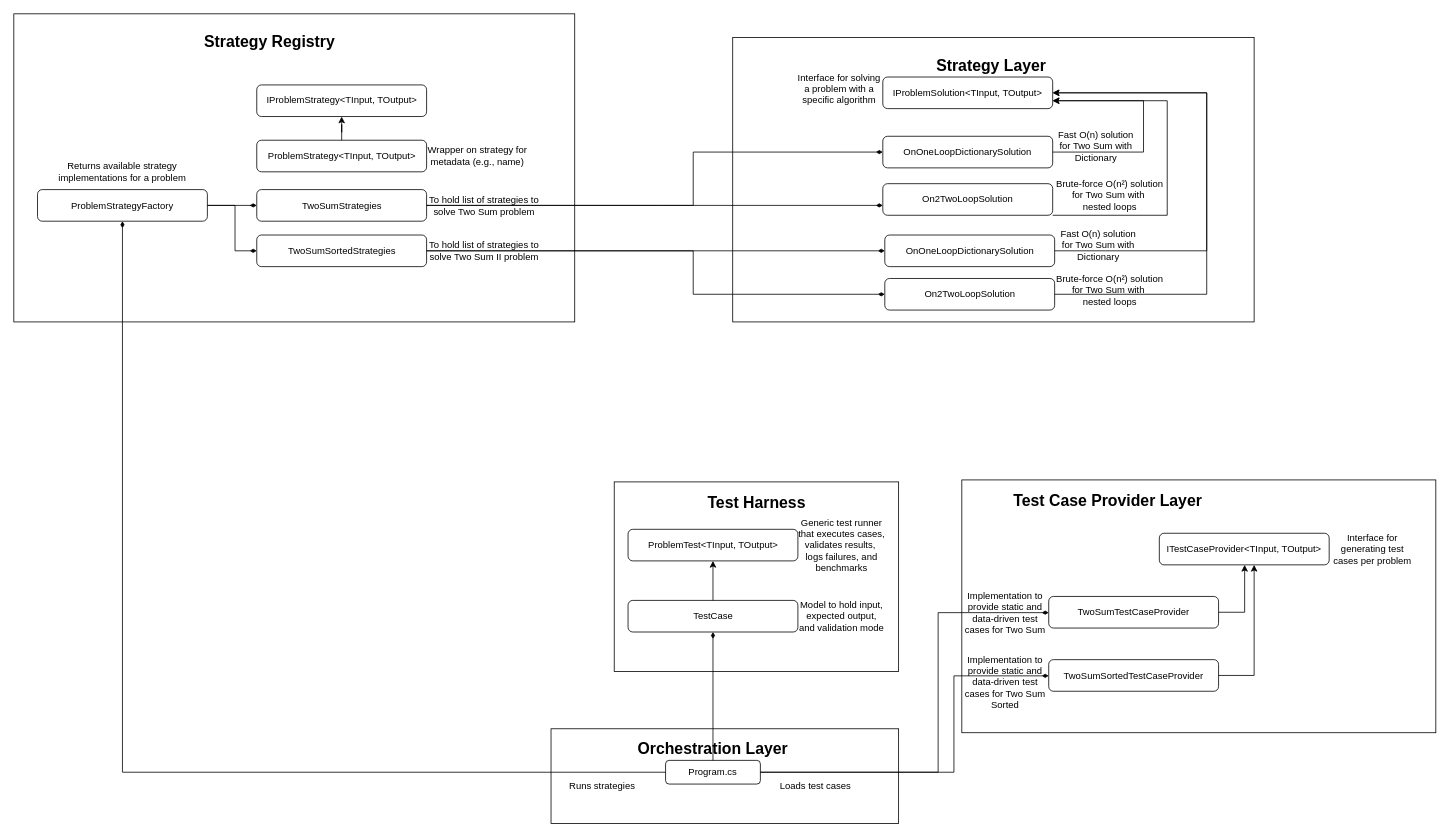
Earlier version of the draw.io diagram Leetcode/Documentation/Leetcode-mini-testing-framework.drawio (abhimanyu-builds/Leetcode). Source tidied: cells renumbered, new cells numbered last; positions are measured from the earlier drawing's top-left corner, leaving out a move shared by most shapes. Both pictures are drawn from the tidied source at 79%, with x=0, y=0 at pixel (13, 13).
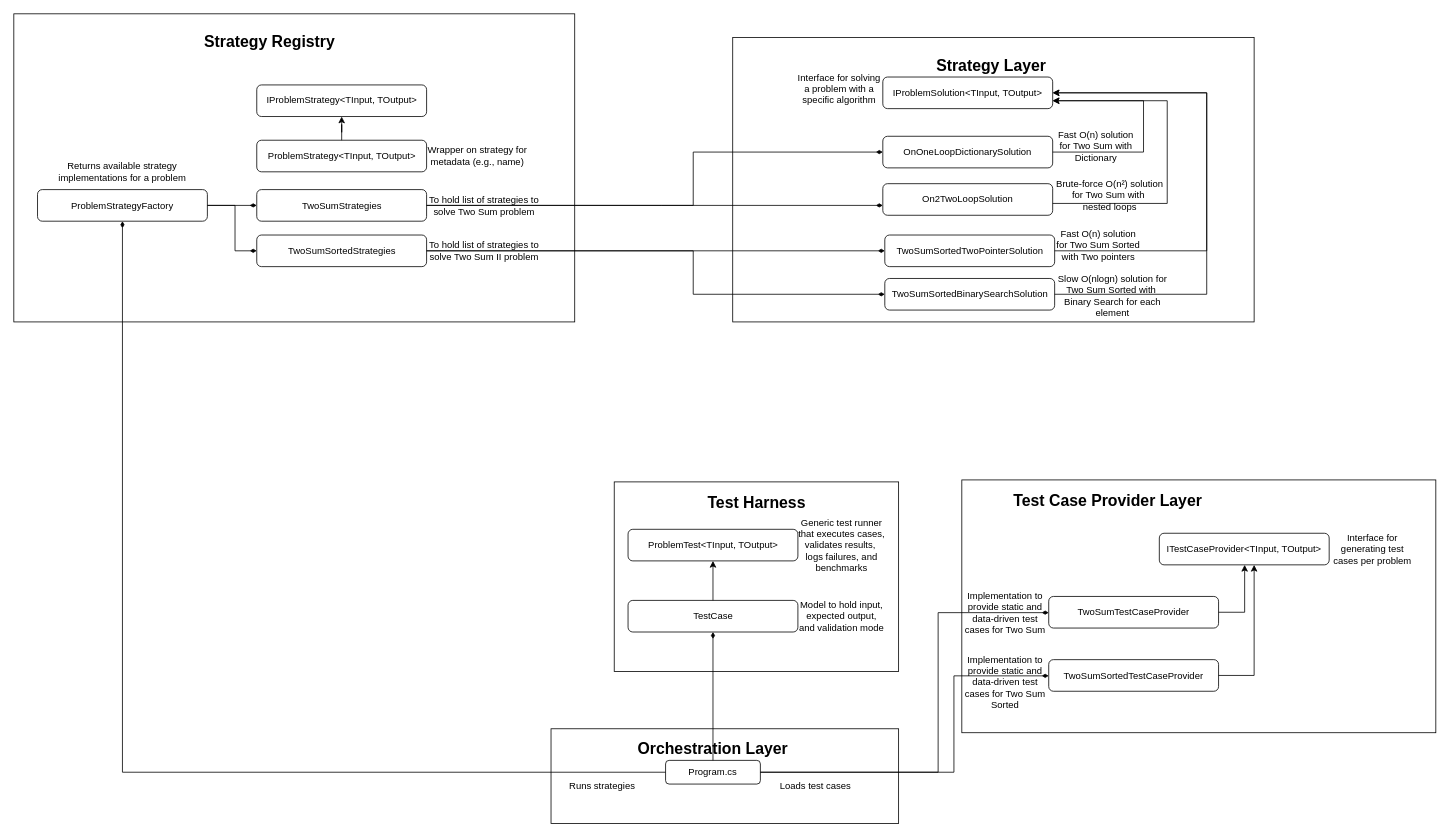
After the change.

Unchanged cells that the change refers to:
```xml
<mxCell id="20" value="IProblemSolution&amp;lt;TInput, TOutput&amp;gt;" style="rounded=1;whiteSpace=wrap;html=1;fillColor=none;" parent="1" vertex="1">
  <mxGeometry x="1100" y="80" width="215" height="40" as="geometry" />
</mxCell>
<mxCell id="26" value="On2TwoLoopSolution" style="rounded=1;whiteSpace=wrap;html=1;fillColor=none;" parent="1" vertex="1">
  <mxGeometry x="1100" y="215" width="215" height="40" as="geometry" />
</mxCell>
```

Diff of the diagram source:
```diff
@@
     <mxCell id="25" style="edgeStyle=orthogonalEdgeStyle;rounded=0;jettySize=auto;html=1;" parent="1" edge="1" source="26" target="20">
       <mxGeometry relative="1" as="geometry">
         <Array as="points">
-          <mxPoint x="1460" y="255" />
+          <mxPoint x="1460" y="240" />
           <mxPoint x="1460" y="110" />
         </Array>
       </mxGeometry>
     </mxCell>
@@
-    <mxCell id="50" value="OnOneLoopDictionarySolution" style="rounded=1;whiteSpace=wrap;html=1;fillColor=none;" parent="1" vertex="1">
+    <mxCell id="50" value="TwoSumSortedTwoPointerSolution" style="rounded=1;whiteSpace=wrap;html=1;fillColor=none;" parent="1" vertex="1">
       <mxGeometry x="1102.5" y="280" width="215" height="40" as="geometry" />
     </mxCell>
-    <mxCell id="51" value="Fast O(n) solution for Two Sum with Dictionary" style="text;html=1;align=center;verticalAlign=middle;whiteSpace=wrap;rounded=0;" parent="1" vertex="1">
+    <mxCell id="51" value="Fast O(n) solution for Two Sum Sorted with Two pointers" style="text;html=1;align=center;verticalAlign=middle;whiteSpace=wrap;rounded=0;" parent="1" vertex="1">
       <mxGeometry x="1317.5" y="267.5" width="110" height="50" as="geometry" />
     </mxCell>
@@
-    <mxCell id="53" value="On2TwoLoopSolution" style="rounded=1;whiteSpace=wrap;html=1;fillColor=none;" parent="1" vertex="1">
+    <mxCell id="53" value="TwoSumSortedBinarySearchSolution" style="rounded=1;whiteSpace=wrap;html=1;fillColor=none;" parent="1" vertex="1">
       <mxGeometry x="1102.5" y="335" width="215" height="40" as="geometry" />
     </mxCell>
-    <mxCell id="54" value="Brute-force O(n²) solution for Two Sum with&amp;nbsp;&lt;div&gt;nested loops&lt;/div&gt;" style="text;html=1;align=center;verticalAlign=middle;whiteSpace=wrap;rounded=0;" parent="1" vertex="1">
-      <mxGeometry x="1315" y="325" width="145" height="50" as="geometry" />
+    <mxCell id="54" value="Slow O(nlogn) solution for Two Sum Sorted with&amp;nbsp;&lt;div&gt;Binary Search for each element&lt;/div&gt;" style="text;html=1;align=center;verticalAlign=middle;whiteSpace=wrap;rounded=0;" parent="1" vertex="1">
+      <mxGeometry x="1311" y="332" width="160" height="50" as="geometry" />
     </mxCell>
```
